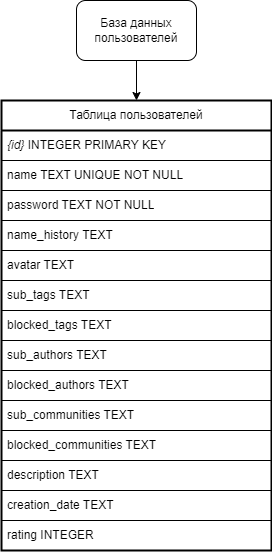
The draw.io diagram server/doc/source/images/users.drawio.png in abnormalize0/DailyTeleFrog, before a commit. Source tidied: cells renumbered, new cells last; positions are measured from the earlier drawing's top-left corner, leaving out a move shared by most shapes.
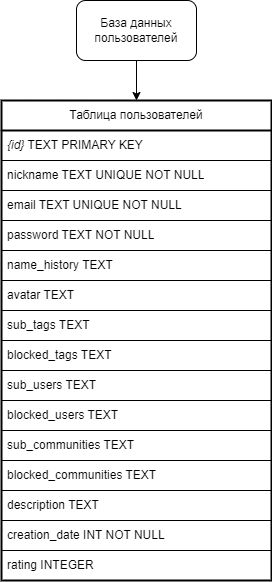
The same file after the commit.

Commit message:
Change user-id,name to login,nickname

The edit, as a diff of the source:
```diff
@@ -9,49 +9,52 @@
       <mxGeometry x="75" width="120" height="60" as="geometry" />
     </mxCell>
     <mxCell id="4" value="Таблица пользователей" style="swimlane;fontStyle=0;horizontal=1;startSize=30;whiteSpace=wrap;html=1;swimlaneLine=1;glass=0;strokeWidth=2;" parent="1" vertex="1">
-      <mxGeometry y="100" width="270" height="450" as="geometry" />
+      <mxGeometry y="100" width="270" height="480" as="geometry" />
     </mxCell>
-    <mxCell id="5" value="&lt;i&gt;{id}&lt;/i&gt; INTEGER PRIMARY KEY" style="text;strokeColor=default;fillColor=none;align=left;verticalAlign=middle;spacingLeft=4;spacingRight=4;overflow=hidden;whiteSpace=wrap;html=1;labelBorderColor=none;" parent="4" vertex="1">
+    <mxCell id="5" value="&lt;i&gt;{id}&lt;/i&gt; TEXT PRIMARY KEY" style="text;strokeColor=default;fillColor=none;align=left;verticalAlign=middle;spacingLeft=4;spacingRight=4;overflow=hidden;whiteSpace=wrap;html=1;labelBorderColor=none;" parent="4" vertex="1">
       <mxGeometry y="30" width="270" height="30" as="geometry" />
     </mxCell>
-    <mxCell id="6" value="name TEXT UNIQUE NOT NULL" style="text;strokeColor=default;fillColor=none;align=left;verticalAlign=middle;spacingLeft=4;spacingRight=4;overflow=hidden;whiteSpace=wrap;html=1;" parent="4" vertex="1">
+    <mxCell id="6" value="nickname TEXT UNIQUE NOT NULL" style="text;strokeColor=default;fillColor=none;align=left;verticalAlign=middle;spacingLeft=4;spacingRight=4;overflow=hidden;whiteSpace=wrap;html=1;" parent="4" vertex="1">
       <mxGeometry y="60" width="270" height="30" as="geometry" />
     </mxCell>
+    <mxCell id="19" value="email TEXT UNIQUE NOT NULL" style="text;strokeColor=default;fillColor=none;align=left;verticalAlign=middle;spacingLeft=4;spacingRight=4;overflow=hidden;whiteSpace=wrap;html=1;" parent="4" vertex="1">
+      <mxGeometry y="90" width="270" height="30" as="geometry" />
+    </mxCell>
     <mxCell id="7" value="password TEXT NOT NULL" style="text;strokeColor=default;fillColor=none;align=left;verticalAlign=middle;spacingLeft=4;spacingRight=4;overflow=hidden;whiteSpace=wrap;html=1;" parent="4" vertex="1">
-      <mxGeometry y="90" width="270" height="30" as="geometry" />
+      <mxGeometry y="120" width="270" height="30" as="geometry" />
     </mxCell>
     <mxCell id="8" value="name_history TEXT" style="text;strokeColor=default;fillColor=none;align=left;verticalAlign=middle;spacingLeft=4;spacingRight=4;overflow=hidden;whiteSpace=wrap;html=1;" parent="4" vertex="1">
-      <mxGeometry y="120" width="270" height="30" as="geometry" />
+      <mxGeometry y="150" width="270" height="30" as="geometry" />
     </mxCell>
     <mxCell id="9" value="avatar TEXT" style="text;strokeColor=default;fillColor=none;align=left;verticalAlign=middle;spacingLeft=4;spacingRight=4;overflow=hidden;whiteSpace=wrap;html=1;" parent="4" vertex="1">
-      <mxGeometry y="150" width="270" height="30" as="geometry" />
+      <mxGeometry y="180" width="270" height="30" as="geometry" />
     </mxCell>
     <mxCell id="10" value="sub_tags TEXT" style="text;strokeColor=default;fillColor=none;align=left;verticalAlign=middle;spacingLeft=4;spacingRight=4;overflow=hidden;whiteSpace=wrap;html=1;" parent="4" vertex="1">
-      <mxGeometry y="180" width="270" height="30" as="geometry" />
+      <mxGeometry y="210" width="270" height="30" as="geometry" />
     </mxCell>
     <mxCell id="11" value="blocked_tags TEXT" style="text;strokeColor=default;fillColor=none;align=left;verticalAlign=middle;spacingLeft=4;spacingRight=4;overflow=hidden;whiteSpace=wrap;html=1;" parent="4" vertex="1">
-      <mxGeometry y="210" width="270" height="30" as="geometry" />
+      <mxGeometry y="240" width="270" height="30" as="geometry" />
     </mxCell>
-    <mxCell id="12" value="sub_authors TEXT" style="text;strokeColor=default;fillColor=none;align=left;verticalAlign=middle;spacingLeft=4;spacingRight=4;overflow=hidden;whiteSpace=wrap;html=1;" parent="4" vertex="1">
-      <mxGeometry y="240" width="270" height="30" as="geometry" />
+    <mxCell id="12" value="sub_users TEXT" style="text;strokeColor=default;fillColor=none;align=left;verticalAlign=middle;spacingLeft=4;spacingRight=4;overflow=hidden;whiteSpace=wrap;html=1;" parent="4" vertex="1">
+      <mxGeometry y="270" width="270" height="30" as="geometry" />
     </mxCell>
-    <mxCell id="13" value="blocked_authors TEXT" style="text;strokeColor=default;fillColor=none;align=left;verticalAlign=middle;spacingLeft=4;spacingRight=4;overflow=hidden;whiteSpace=wrap;html=1;" parent="4" vertex="1">
-      <mxGeometry y="270" width="270" height="30" as="geometry" />
+    <mxCell id="13" value="blocked_users TEXT" style="text;strokeColor=default;fillColor=none;align=left;verticalAlign=middle;spacingLeft=4;spacingRight=4;overflow=hidden;whiteSpace=wrap;html=1;" parent="4" vertex="1">
+      <mxGeometry y="300" width="270" height="30" as="geometry" />
     </mxCell>
     <mxCell id="14" value="sub_communities TEXT" style="text;strokeColor=default;fillColor=none;align=left;verticalAlign=middle;spacingLeft=4;spacingRight=4;overflow=hidden;whiteSpace=wrap;html=1;" parent="4" vertex="1">
-      <mxGeometry y="300" width="270" height="30" as="geometry" />
+      <mxGeometry y="330" width="270" height="30" as="geometry" />
     </mxCell>
     <mxCell id="15" value="blocked_communities&amp;nbsp;TEXT" style="text;strokeColor=default;fillColor=none;align=left;verticalAlign=middle;spacingLeft=4;spacingRight=4;overflow=hidden;whiteSpace=wrap;html=1;" parent="4" vertex="1">
-      <mxGeometry y="330" width="270" height="30" as="geometry" />
+      <mxGeometry y="360" width="270" height="30" as="geometry" />
     </mxCell>
     <mxCell id="16" value="description TEXT" style="text;strokeColor=default;fillColor=none;align=left;verticalAlign=middle;spacingLeft=4;spacingRight=4;overflow=hidden;whiteSpace=wrap;html=1;" parent="4" vertex="1">
-      <mxGeometry y="360" width="270" height="30" as="geometry" />
+      <mxGeometry y="390" width="270" height="30" as="geometry" />
     </mxCell>
-    <mxCell id="17" value="creation_date TEXT" style="text;strokeColor=default;fillColor=none;align=left;verticalAlign=middle;spacingLeft=4;spacingRight=4;overflow=hidden;whiteSpace=wrap;html=1;" parent="4" vertex="1">
-      <mxGeometry y="390" width="270" height="30" as="geometry" />
+    <mxCell id="17" value="creation_date INT NOT NULL" style="text;strokeColor=default;fillColor=none;align=left;verticalAlign=middle;spacingLeft=4;spacingRight=4;overflow=hidden;whiteSpace=wrap;html=1;" parent="4" vertex="1">
+      <mxGeometry y="420" width="270" height="30" as="geometry" />
     </mxCell>
     <mxCell id="18" value="rating INTEGER" style="text;strokeColor=default;fillColor=none;align=left;verticalAlign=middle;spacingLeft=4;spacingRight=4;overflow=hidden;whiteSpace=wrap;html=1;" parent="4" vertex="1">
-      <mxGeometry y="420" width="270" height="30" as="geometry" />
+      <mxGeometry y="450" width="270" height="30" as="geometry" />
     </mxCell>
   </root>
 </mxGraphModel>
```
